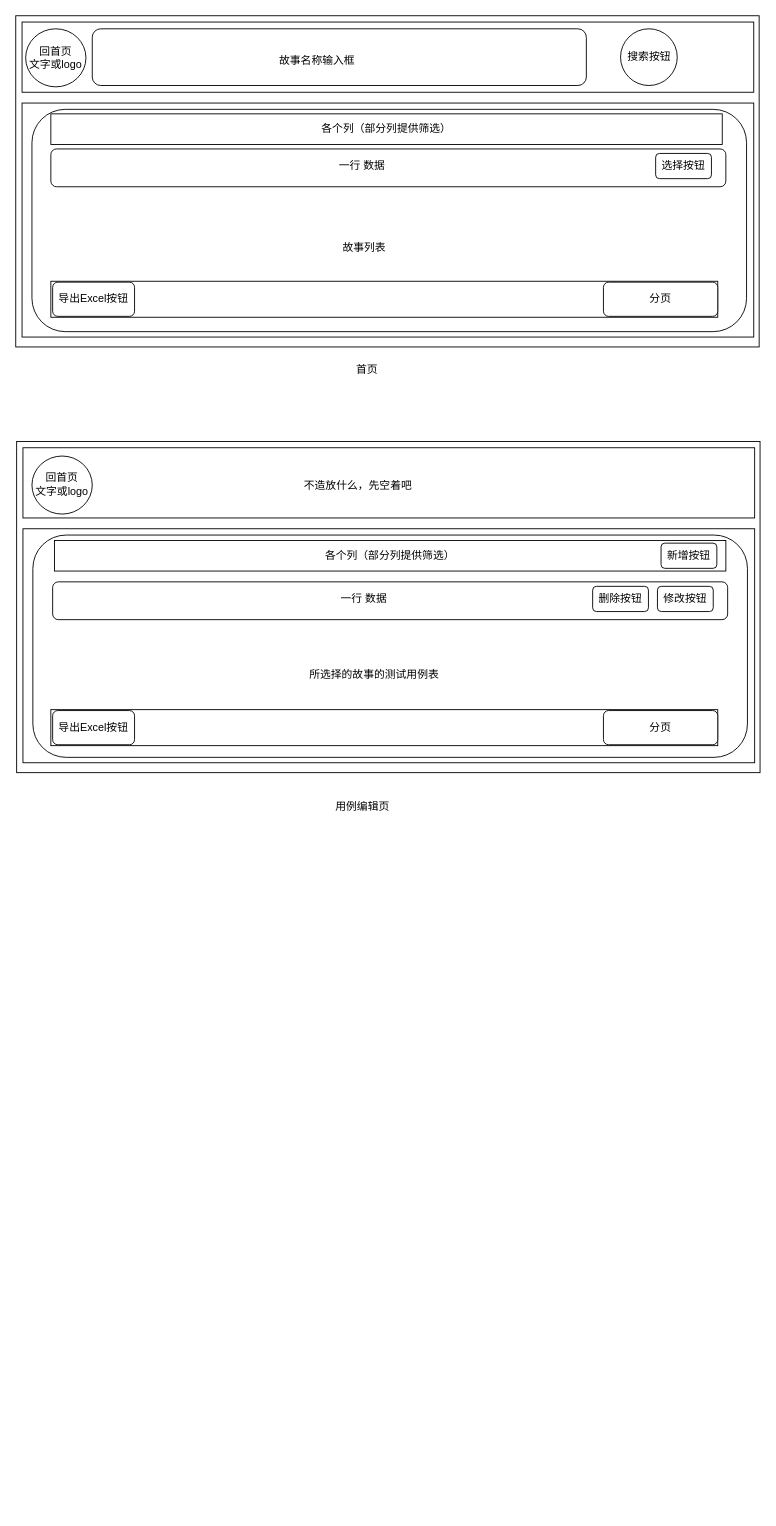
Before: DrawIO/Untitled Diagram.drawio in LancePeng42/Pic-Bed, a draw.io diagram. Source tidied: cells renumbered, new cells numbered last; positions are measured from the earlier drawing's top-left corner, leaving out a move shared by most shapes. Both pictures are drawn from the tidied source at 90%, with x=0, y=0 at pixel (15, 15).
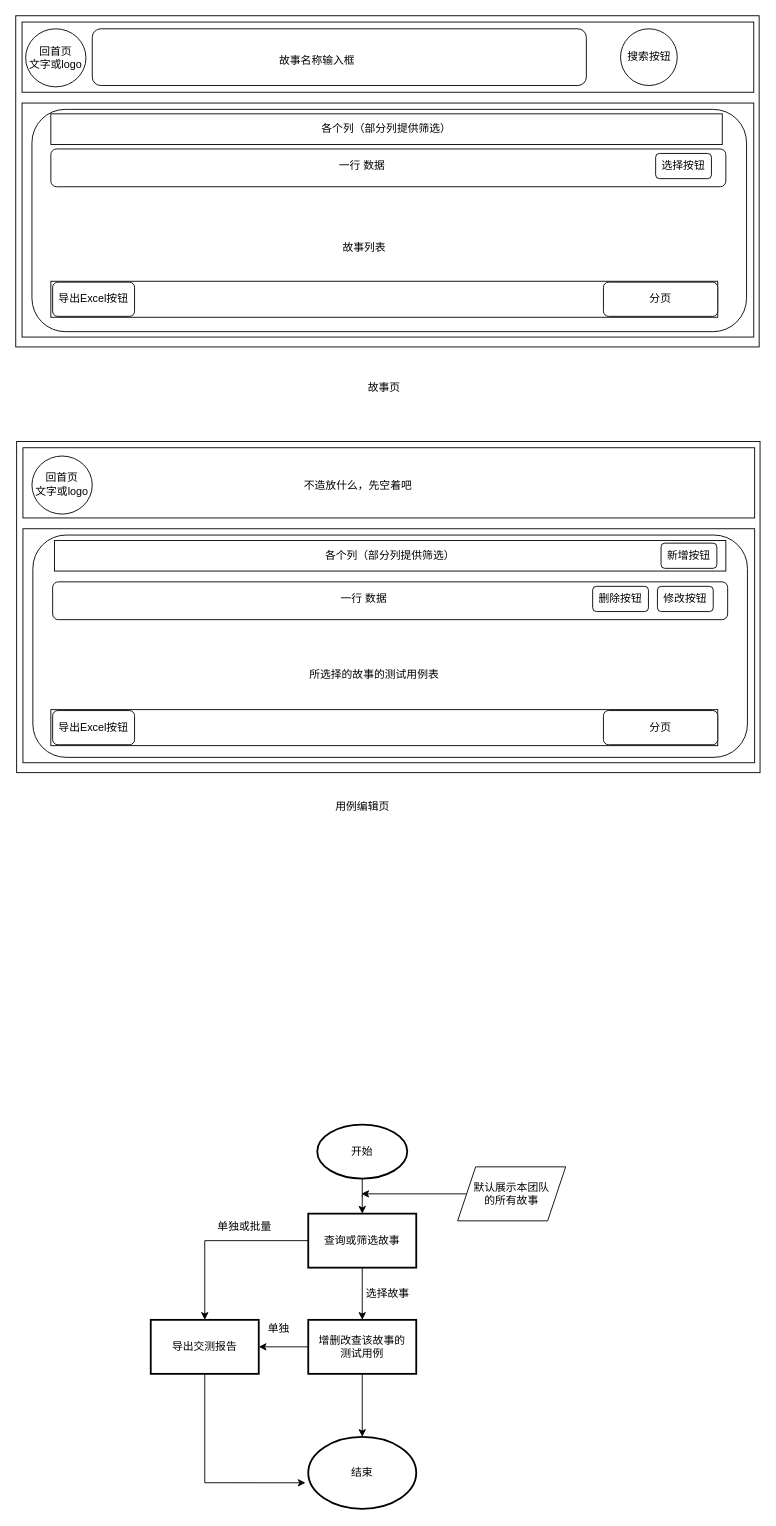
The same page after the edit.

Commit message:
新增流程图

The edit, as a diff of the source:
```diff
@@
-    <mxCell id="33" value="首页" style="text;html=1;strokeColor=none;fillColor=none;align=center;verticalAlign=middle;whiteSpace=wrap;rounded=0;" parent="1" vertex="1">
-      <mxGeometry x="338" y="379" width="105" height="30" as="geometry" />
+    <mxCell id="33" value="故事页" style="text;html=1;strokeColor=none;fillColor=none;align=center;verticalAlign=middle;whiteSpace=wrap;rounded=0;" parent="1" vertex="1">
+      <mxGeometry x="357" y="398" width="105" height="30" as="geometry" />
     </mxCell>
@@
+    <mxCell id="37" style="edgeStyle=orthogonalEdgeStyle;rounded=0;jettySize=auto;html=1;" parent="1" edge="1" source="38" target="41">
+      <mxGeometry relative="1" as="geometry" />
+    </mxCell>
+    <mxCell id="38" value="开始" style="strokeWidth=2;html=1;shape=mxgraph.flowchart.start_1;whiteSpace=wrap;" parent="1" vertex="1">
+      <mxGeometry x="335" y="1232" width="100" height="60" as="geometry" />
+    </mxCell>
+    <mxCell id="39" style="edgeStyle=orthogonalEdgeStyle;rounded=0;jettySize=auto;html=1;" parent="1" edge="1" source="41" target="44">
+      <mxGeometry relative="1" as="geometry" />
+    </mxCell>
+    <mxCell id="40" style="edgeStyle=orthogonalEdgeStyle;rounded=0;jettySize=auto;html=1;" parent="1" edge="1" source="41" target="50">
+      <mxGeometry relative="1" as="geometry" />
+    </mxCell>
+    <mxCell id="41" value="查询或筛选故事" style="whiteSpace=wrap;html=1;strokeWidth=2;" parent="1" vertex="1">
+      <mxGeometry x="325" y="1331" width="120" height="60" as="geometry" />
+    </mxCell>
+    <mxCell id="42" style="edgeStyle=orthogonalEdgeStyle;rounded=0;jettySize=auto;html=1;" parent="1" edge="1" source="44" target="46">
+      <mxGeometry relative="1" as="geometry" />
+    </mxCell>
+    <mxCell id="43" style="edgeStyle=orthogonalEdgeStyle;rounded=0;jettySize=auto;html=1;exitX=0;exitY=0.5;exitDx=0;exitDy=0;" parent="1" edge="1" source="44" target="50">
+      <mxGeometry relative="1" as="geometry" />
+    </mxCell>
+    <mxCell id="44" value="增删改查该故事的&lt;br&gt;测试用例" style="whiteSpace=wrap;html=1;strokeWidth=2;" parent="1" vertex="1">
+      <mxGeometry x="325" y="1449" width="120" height="60" as="geometry" />
+    </mxCell>
+    <mxCell id="45" value="选择故事" style="text;html=1;align=center;verticalAlign=middle;" parent="1" vertex="1">
+      <mxGeometry x="384" y="1411" width="58" height="18" as="geometry" />
+    </mxCell>
+    <mxCell id="46" value="结束" style="ellipse;whiteSpace=wrap;html=1;strokeWidth=2;" parent="1" vertex="1">
+      <mxGeometry x="325" y="1579" width="120" height="80" as="geometry" />
+    </mxCell>
+    <mxCell id="47" style="edgeStyle=orthogonalEdgeStyle;rounded=0;jettySize=auto;html=1;" parent="1" edge="1" source="48">
+      <mxGeometry relative="1" as="geometry">
+        <mxPoint x="384" y="1309" as="targetPoint" />
+      </mxGeometry>
+    </mxCell>
+    <mxCell id="48" value="默认展示本团队&lt;br&gt;的所有故事" style="shape=parallelogram;perimeter=parallelogramPerimeter;whiteSpace=wrap;html=1;fixedSize=1;" parent="1" vertex="1">
+      <mxGeometry x="491" y="1279" width="120" height="60" as="geometry" />
+    </mxCell>
+    <mxCell id="49" style="edgeStyle=orthogonalEdgeStyle;rounded=0;jettySize=auto;html=1;entryX=-0.025;entryY=0.638;entryDx=0;entryDy=0;entryPerimeter=0;" parent="1" edge="1" source="50" target="46">
+      <mxGeometry relative="1" as="geometry">
+        <Array as="points">
+          <mxPoint x="210" y="1630" />
+        </Array>
+      </mxGeometry>
+    </mxCell>
+    <mxCell id="50" value="导出交测报告" style="whiteSpace=wrap;html=1;strokeWidth=2;" parent="1" vertex="1">
+      <mxGeometry x="150" y="1449" width="120" height="60" as="geometry" />
+    </mxCell>
+    <mxCell id="51" value="单独或批量" style="text;html=1;align=center;verticalAlign=middle;" parent="1" vertex="1">
+      <mxGeometry x="219" y="1337" width="70" height="18" as="geometry" />
+    </mxCell>
+    <mxCell id="52" value="单独" style="text;html=1;align=center;verticalAlign=middle;" parent="1" vertex="1">
+      <mxGeometry x="275" y="1450" width="34" height="18" as="geometry" />
+    </mxCell>
```
